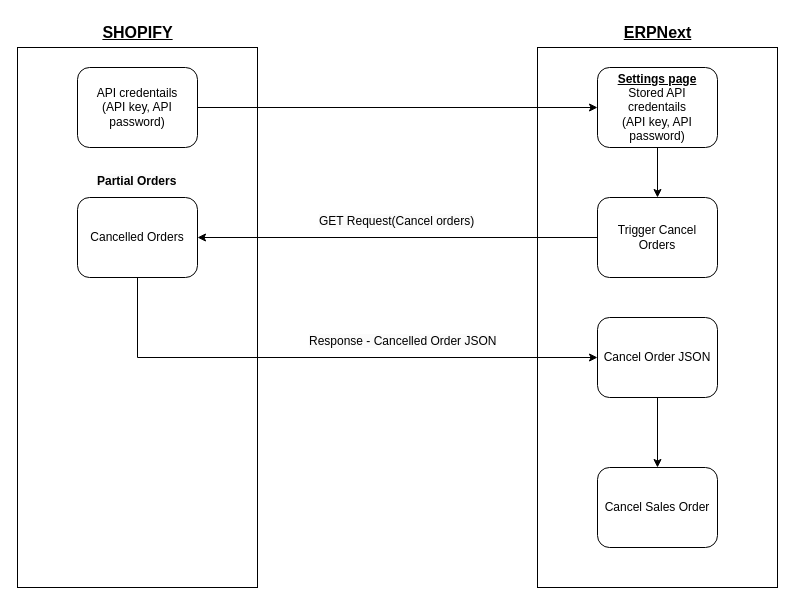
GVicky98/Shopify-API-Flow-Diagram keeps this draw.io diagram as shopify_cancel_orders.drawio. Above is the earlier version. Source tidied: cells renumbered, new cells numbered last; positions are measured from the earlier drawing's top-left corner, leaving out a move shared by most shapes. Both pictures are drawn from the tidied source at 100%, with x=0, y=0 at pixel (17, 17).
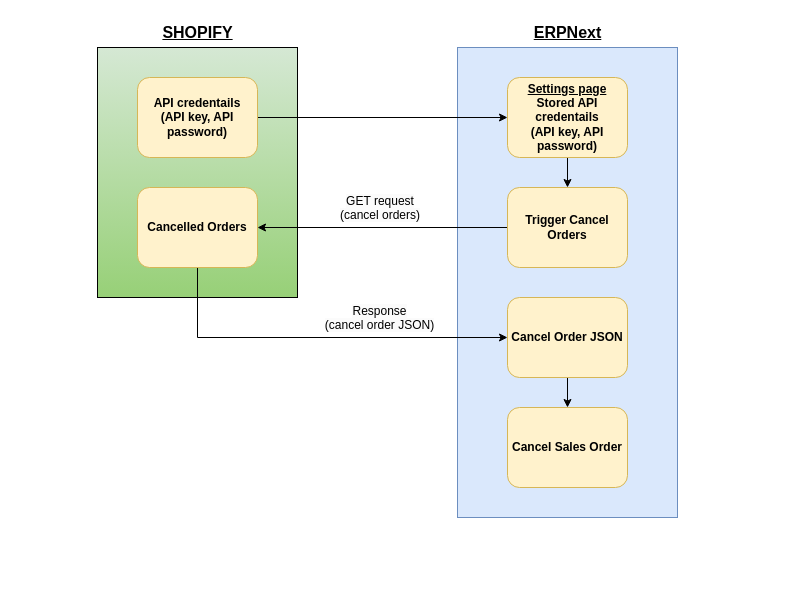
After the change.

What changed in the source:
```diff
@@
-    <mxCell id="2" style="rounded=0;whiteSpace=wrap;html=1;" parent="1" vertex="1">
-      <mxGeometry y="30" width="240" height="540" as="geometry" />
+    <mxCell id="2" style="rounded=0;whiteSpace=wrap;html=1;fillColor=#d5e8d4;strokeColor=#000000;gradientColor=#97d077;" parent="1" vertex="1">
+      <mxGeometry x="80" y="30" width="200" height="250" as="geometry" />
     </mxCell>
-    <mxCell id="3" style="rounded=0;whiteSpace=wrap;html=1;" parent="1" vertex="1">
-      <mxGeometry x="520" y="30" width="240" height="540" as="geometry" />
+    <mxCell id="3" style="rounded=0;whiteSpace=wrap;html=1;fillColor=#dae8fc;strokeColor=#6c8ebf;gradientDirection=west;" parent="1" vertex="1">
+      <mxGeometry x="440" y="30" width="220" height="470" as="geometry" />
     </mxCell>
     <mxCell id="4" value="&lt;b&gt;&lt;u&gt;&lt;font style=&quot;font-size: 16px;&quot;&gt;SHOPIFY&lt;/font&gt;&lt;/u&gt;&lt;/b&gt;" style="text;html=1;align=center;verticalAlign=middle;strokeColor=none;fillColor=none;" parent="1" vertex="1">
-      <mxGeometry x="75" width="90" height="30" as="geometry" />
+      <mxGeometry x="135" width="90" height="30" as="geometry" />
     </mxCell>
     <mxCell id="5" value="&lt;span style=&quot;font-size: 16px;&quot;&gt;&lt;b&gt;&lt;u&gt;ERPNext&lt;br&gt;&lt;/u&gt;&lt;/b&gt;&lt;/span&gt;" style="text;html=1;align=center;verticalAlign=middle;strokeColor=none;fillColor=none;" parent="1" vertex="1">
-      <mxGeometry x="595" width="90" height="30" as="geometry" />
+      <mxGeometry x="505" width="90" height="30" as="geometry" />
     </mxCell>
@@
-    <mxCell id="7" value="API credentails&lt;br&gt;(API key, API password)" style="rounded=1;whiteSpace=wrap;html=1;" parent="1" vertex="1">
-      <mxGeometry x="60" y="50" width="120" height="80" as="geometry" />
+    <mxCell id="7" value="&lt;b&gt;API credentails&lt;br&gt;(API key, API password)&lt;/b&gt;" style="rounded=1;whiteSpace=wrap;html=1;fillColor=#fff2cc;strokeColor=#d6b656;" parent="1" vertex="1">
+      <mxGeometry x="120" y="60" width="120" height="80" as="geometry" />
     </mxCell>
@@
-    <mxCell id="9" value="&lt;b&gt;&lt;u&gt;Settings page&lt;/u&gt;&lt;/b&gt;&lt;br&gt;Stored API credentails&lt;br&gt;(API key, API password)" style="rounded=1;whiteSpace=wrap;html=1;" parent="1" vertex="1">
-      <mxGeometry x="580" y="50" width="120" height="80" as="geometry" />
+    <mxCell id="9" value="&lt;b&gt;&lt;u&gt;Settings page&lt;/u&gt;&lt;br&gt;Stored API credentails&lt;br&gt;(API key, API password)&lt;/b&gt;" style="rounded=1;whiteSpace=wrap;html=1;fillColor=#fff2cc;strokeColor=#d6b656;shadow=0;" parent="1" vertex="1">
+      <mxGeometry x="490" y="60" width="120" height="80" as="geometry" />
     </mxCell>
@@
-    <mxCell id="11" value="Trigger Cancel Orders" style="rounded=1;whiteSpace=wrap;html=1;" parent="1" vertex="1">
-      <mxGeometry x="580" y="180" width="120" height="80" as="geometry" />
+    <mxCell id="11" value="&lt;b&gt;Trigger Cancel Orders&lt;/b&gt;" style="rounded=1;whiteSpace=wrap;html=1;fillColor=#fff2cc;strokeColor=#d6b656;shadow=0;" parent="1" vertex="1">
+      <mxGeometry x="490" y="170" width="120" height="80" as="geometry" />
     </mxCell>
-    <mxCell id="12" value="&lt;span style=&quot;color: rgb(0, 0, 0); font-family: Helvetica; font-size: 12px; font-style: normal; font-variant-ligatures: normal; font-variant-caps: normal; font-weight: 400; letter-spacing: normal; orphans: 2; text-align: center; text-indent: 0px; text-transform: none; widows: 2; word-spacing: 0px; -webkit-text-stroke-width: 0px; background-color: rgb(251, 251, 251); text-decoration-thickness: initial; text-decoration-style: initial; text-decoration-color: initial; float: none; display: inline !important;&quot;&gt;GET Request(Cancel orders)&lt;/span&gt;" style="text;whiteSpace=wrap;html=1;" parent="1" vertex="1">
-      <mxGeometry x="300" y="190" width="170" height="40" as="geometry" />
+    <mxCell id="12" value="&lt;span style=&quot;color: rgb(0, 0, 0); font-family: Helvetica; font-size: 12px; font-style: normal; font-variant-ligatures: normal; font-variant-caps: normal; font-weight: 400; letter-spacing: normal; orphans: 2; text-indent: 0px; text-transform: none; widows: 2; word-spacing: 0px; -webkit-text-stroke-width: 0px; background-color: rgb(251, 251, 251); text-decoration-thickness: initial; text-decoration-style: initial; text-decoration-color: initial; float: none; display: inline !important;&quot;&gt;GET request &lt;br&gt;(cancel orders)&lt;/span&gt;" style="text;whiteSpace=wrap;html=1;align=center;" parent="1" vertex="1">
+      <mxGeometry x="282.5" y="170" width="160" height="38" as="geometry" />
     </mxCell>
-    <mxCell id="13" style="edgeStyle=none;rounded=0;jettySize=auto;html=1;entryX=0;entryY=0.5;entryDx=0;entryDy=0;" parent="1" edge="1" source="14" target="16">
+    <mxCell id="13" style="edgeStyle=none;rounded=0;jettySize=auto;html=1;entryX=0;entryY=0.5;entryDx=0;entryDy=0;exitX=0.5;exitY=1;exitDx=0;exitDy=0;" parent="1" edge="1" source="14" target="16">
       <mxGeometry relative="1" as="geometry">
         <Array as="points">
-          <mxPoint x="120" y="340" />
+          <mxPoint x="180" y="320" />
         </Array>
       </mxGeometry>
     </mxCell>
-    <mxCell id="14" value="Cancelled Orders" style="rounded=1;whiteSpace=wrap;html=1;" parent="1" vertex="1">
-      <mxGeometry x="60" y="180" width="120" height="80" as="geometry" />
+    <mxCell id="14" value="&lt;b&gt;Cancelled Orders&lt;/b&gt;" style="rounded=1;whiteSpace=wrap;html=1;fillColor=#fff2cc;strokeColor=#d6b656;" parent="1" vertex="1">
+      <mxGeometry x="120" y="170" width="120" height="80" as="geometry" />
     </mxCell>
@@
-    <mxCell id="16" value="Cancel Order JSON" style="rounded=1;whiteSpace=wrap;html=1;" parent="1" vertex="1">
-      <mxGeometry x="580" y="300" width="120" height="80" as="geometry" />
+    <mxCell id="16" value="&lt;b&gt;Cancel Order JSON&lt;/b&gt;" style="rounded=1;whiteSpace=wrap;html=1;fillColor=#fff2cc;strokeColor=#d6b656;shadow=0;" parent="1" vertex="1">
+      <mxGeometry x="490" y="280" width="120" height="80" as="geometry" />
     </mxCell>
-    <mxCell id="17" value="&lt;span style=&quot;color: rgb(0, 0, 0); font-family: Helvetica; font-size: 12px; font-style: normal; font-variant-ligatures: normal; font-variant-caps: normal; font-weight: 400; letter-spacing: normal; orphans: 2; text-align: center; text-indent: 0px; text-transform: none; widows: 2; word-spacing: 0px; -webkit-text-stroke-width: 0px; background-color: rgb(251, 251, 251); text-decoration-thickness: initial; text-decoration-style: initial; text-decoration-color: initial; float: none; display: inline !important;&quot;&gt;Response - Cancelled Order JSON&lt;/span&gt;" style="text;whiteSpace=wrap;html=1;" parent="1" vertex="1">
-      <mxGeometry x="290" y="310" width="190" height="40" as="geometry" />
+    <mxCell id="17" value="&lt;span style=&quot;color: rgb(0, 0, 0); font-family: Helvetica; font-size: 12px; font-style: normal; font-variant-ligatures: normal; font-variant-caps: normal; font-weight: 400; letter-spacing: normal; orphans: 2; text-indent: 0px; text-transform: none; widows: 2; word-spacing: 0px; -webkit-text-stroke-width: 0px; background-color: rgb(251, 251, 251); text-decoration-thickness: initial; text-decoration-style: initial; text-decoration-color: initial; float: none; display: inline !important;&quot;&gt;Response&lt;br&gt;(cancel order JSON)&lt;/span&gt;" style="text;whiteSpace=wrap;html=1;align=center;" parent="1" vertex="1">
+      <mxGeometry x="300" y="280" width="125" height="40" as="geometry" />
     </mxCell>
-    <mxCell id="18" value="Cancel Sales Order" style="rounded=1;whiteSpace=wrap;html=1;" parent="1" vertex="1">
-      <mxGeometry x="580" y="450" width="120" height="80" as="geometry" />
+    <mxCell id="18" value="&lt;b&gt;Cancel Sales Order&lt;/b&gt;" style="rounded=1;whiteSpace=wrap;html=1;fillColor=#fff2cc;strokeColor=#d6b656;shadow=0;" parent="1" vertex="1">
+      <mxGeometry x="490" y="390" width="120" height="80" as="geometry" />
     </mxCell>
-    <mxCell id="19" value="&lt;span style=&quot;color: rgb(0, 0, 0); font-family: Helvetica; font-size: 12px; font-style: normal; font-variant-ligatures: normal; font-variant-caps: normal; letter-spacing: normal; orphans: 2; text-align: center; text-indent: 0px; text-transform: none; widows: 2; word-spacing: 0px; -webkit-text-stroke-width: 0px; background-color: rgb(251, 251, 251); text-decoration-thickness: initial; text-decoration-style: initial; text-decoration-color: initial; float: none; display: inline !important;&quot;&gt;Partial Orders&lt;/span&gt;" style="text;whiteSpace=wrap;html=1;fontStyle=1;" parent="1" vertex="1">
-      <mxGeometry x="77.5" y="150" width="85" height="30" as="geometry" />
-    </mxCell>
```
